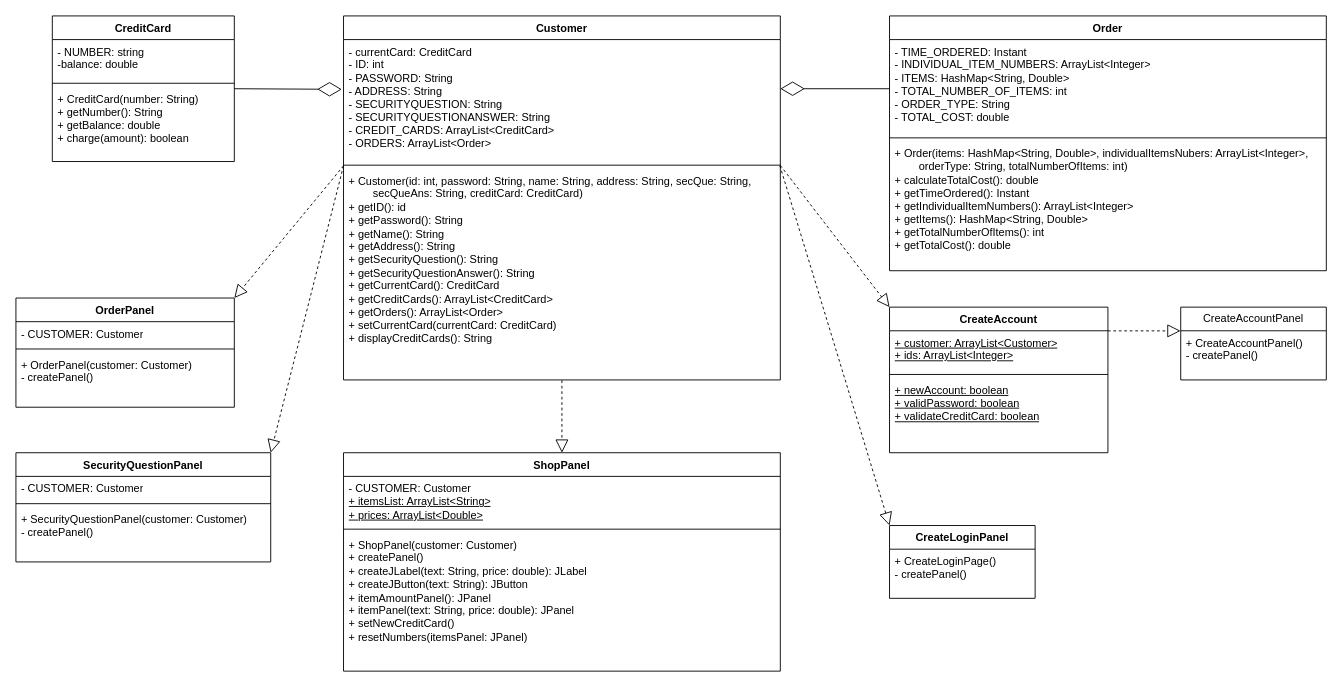
crapeter/UMLs keeps this draw.io diagram as COS_GUI_UML.drawio. Above is the earlier version. Source tidied: cells renumbered, new cells numbered last; positions are measured from the earlier drawing's top-left corner, leaving out a move shared by most shapes. Both pictures are drawn from the tidied source at 91%, with x=0, y=0 at pixel (15, 15).
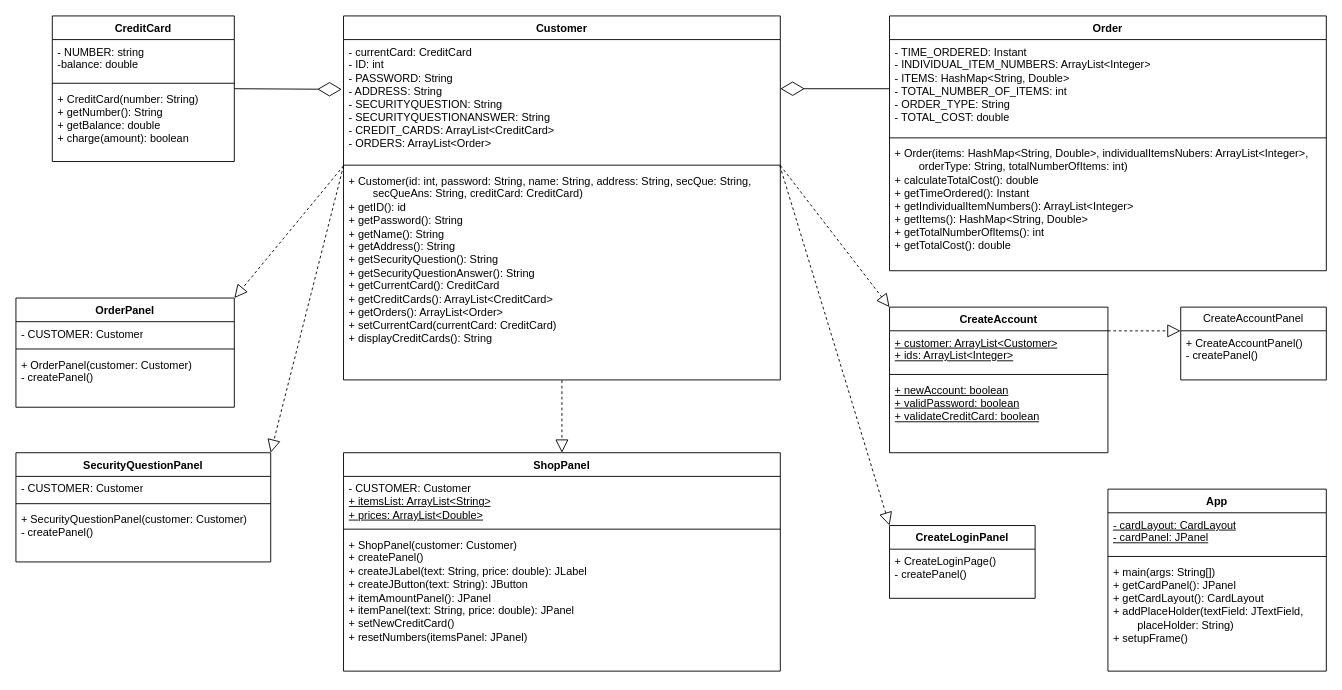
After the change.

The edit, as a diff of the source:
```diff
@@
+    <mxCell id="42" value="App" style="swimlane;fontStyle=1;align=center;verticalAlign=top;horizontal=1;startSize=26;whiteSpace=wrap;html=1;" parent="1" vertex="1">
+      <mxGeometry x="1200" y="520" width="240" height="200" as="geometry" />
+    </mxCell>
+    <mxCell id="43" value="&lt;div&gt;&lt;u&gt;- cardLayout: CardLayout&lt;/u&gt;&lt;/div&gt;&lt;div&gt;&lt;u&gt;- cardPanel: JPanel&lt;/u&gt;&lt;br&gt;&lt;/div&gt;" style="text;strokeColor=none;fillColor=none;align=left;verticalAlign=top;spacingLeft=4;spacingRight=4;overflow=hidden;whiteSpace=wrap;html=1;" parent="42" vertex="1">
+      <mxGeometry y="26" width="240" height="44" as="geometry" />
+    </mxCell>
+    <mxCell id="44" style="line;strokeWidth=1;fillColor=none;align=left;verticalAlign=middle;spacingTop=-1;spacingLeft=3;spacingRight=3;labelPosition=right;strokeColor=inherit;" parent="42" vertex="1">
+      <mxGeometry y="70" width="240" height="8" as="geometry" />
+    </mxCell>
+    <mxCell id="45" value="&lt;div&gt;+ main(args: String[])&lt;/div&gt;&lt;div&gt;+ getCardPanel(): JPanel&lt;/div&gt;&lt;div&gt;+ getCardLayout(): CardLayout&lt;/div&gt;&lt;div&gt;+ addPlaceHolder(textField: JTextField, &lt;span style=&quot;white-space: pre;&quot;&gt;&#9;&lt;/span&gt;placeHolder: String)&lt;/div&gt;&lt;div&gt;+ setupFrame()&lt;br&gt;&lt;/div&gt;" style="text;strokeColor=none;fillColor=none;align=left;verticalAlign=top;spacingLeft=4;spacingRight=4;overflow=hidden;whiteSpace=wrap;html=1;" parent="42" vertex="1">
+      <mxGeometry y="78" width="240" height="122" as="geometry" />
+    </mxCell>
```
